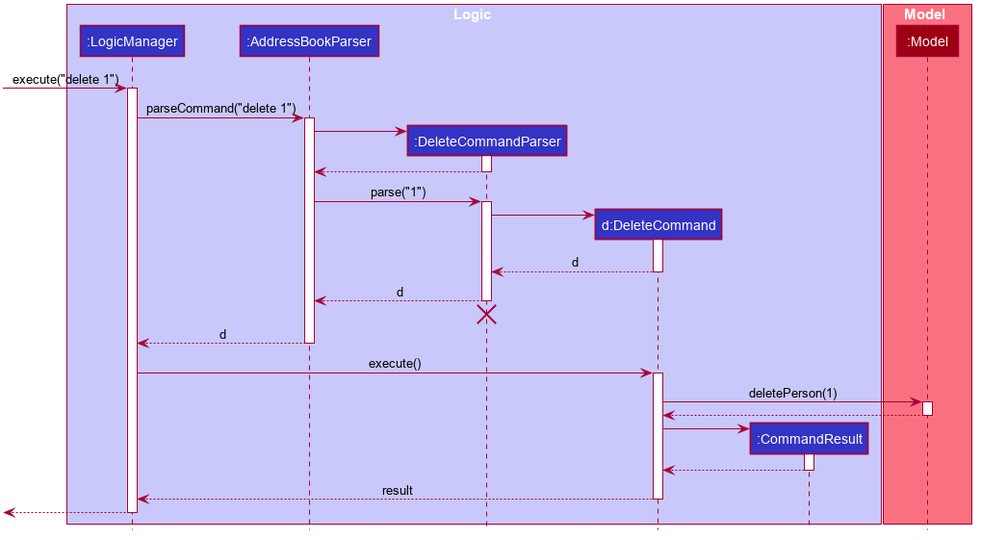
Above: docs/images/DeleteSequenceDiagram.png in nus-cs2103-AY1920S2/addressbook-level3 (PlantUML), before the change.
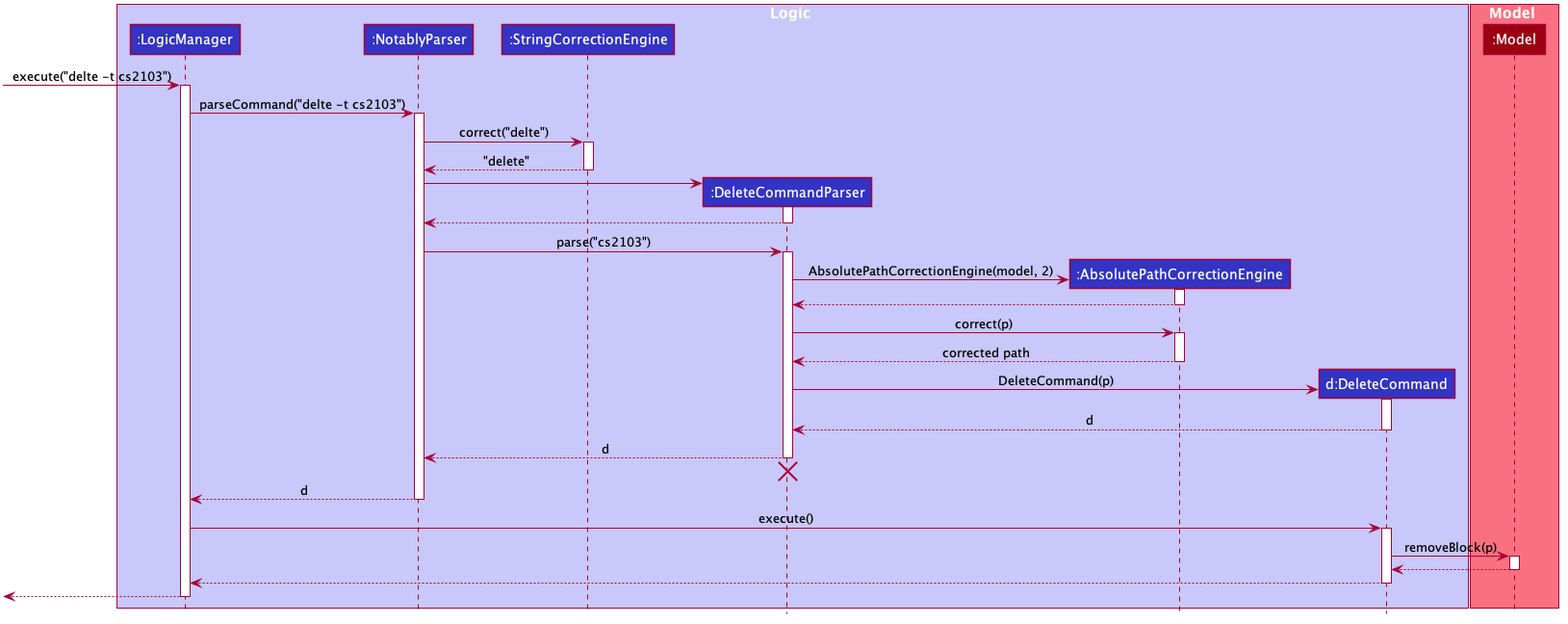
The same diagram one commit later.

Diff of the diagram source:
```diff
@@ -50,64 +50,76 @@
 
 box Logic #C8C8FA
 participant ":LogicManager" as LogicManager #3333C4
-participant ":AddressBookParser" as AddressBookParser #3333C4
+participant ":NotablyParser" as NotablyParser #3333C4
+participant ":StringCorrectionEngine" as StringCorrectionEngine #3333C4
 participant ":DeleteCommandParser" as DeleteCommandParser #3333C4
+participant ":AbsolutePathCorrectionEngine" as AbsolutePathCorrectionEngine #3333C4
 participant "d:DeleteCommand" as DeleteCommand #3333C4
-participant ":CommandResult" as CommandResult #3333C4
 end box
 
 box Model #F97181
 participant ":Model" as Model #9D0012
 end box
 
-[-> LogicManager : execute("delete 1")
+[-> LogicManager : execute("delte -t cs2103")
 activate LogicManager
 
-LogicManager -> AddressBookParser : parseCommand("delete 1")
-activate AddressBookParser
+LogicManager -> NotablyParser : parseCommand("delte -t cs2103")
+activate NotablyParser
+
+NotablyParser -> StringCorrectionEngine : correct("delte")
+activate StringCorrectionEngine
+
+StringCorrectionEngine --> NotablyParser : "delete"
+deactivate StringCorrectionEngine
 
 create DeleteCommandParser
-AddressBookParser -> DeleteCommandParser
+NotablyParser -> DeleteCommandParser
 activate DeleteCommandParser
 
-DeleteCommandParser --> AddressBookParser
+DeleteCommandParser --> NotablyParser
 deactivate DeleteCommandParser
 
-AddressBookParser -> DeleteCommandParser : parse("1")
+NotablyParser -> DeleteCommandParser : parse("cs2103")
 activate DeleteCommandParser
 
+create AbsolutePathCorrectionEngine
+DeleteCommandParser -> AbsolutePathCorrectionEngine: AbsolutePathCorrectionEngine(model, 2)
+activate AbsolutePathCorrectionEngine
+AbsolutePathCorrectionEngine --> DeleteCommandParser
+deactivate AbsolutePathCorrectionEngine
+
+DeleteCommandParser -> AbsolutePathCorrectionEngine: correct(p)
+activate AbsolutePathCorrectionEngine
+
+AbsolutePathCorrectionEngine --> DeleteCommandParser : corrected path
+deactivate AbsolutePathCorrectionEngine
+
 create DeleteCommand
-DeleteCommandParser -> DeleteCommand
+DeleteCommandParser -> DeleteCommand : DeleteCommand(p)
 activate DeleteCommand
 
 DeleteCommand --> DeleteCommandParser : d
 deactivate DeleteCommand
 
-DeleteCommandParser --> AddressBookParser : d
+DeleteCommandParser --> NotablyParser : d
 deactivate DeleteCommandParser
-DeleteCommandParser -[hidden]-> AddressBookParser
+DeleteCommandParser -[hidden]-> NotablyParser
 destroy DeleteCommandParser
 
-AddressBookParser --> LogicManager : d
-deactivate AddressBookParser
+NotablyParser --> LogicManager : d
+deactivate NotablyParser
 
 LogicManager -> DeleteCommand : execute()
 activate DeleteCommand
 
-DeleteCommand -> Model : deletePerson(1)
+DeleteCommand -> Model : removeBlock(p)
 activate Model
 
 Model --> DeleteCommand
 deactivate Model
 
-create CommandResult
-DeleteCommand -> CommandResult
-activate CommandResult
-
-CommandResult --> DeleteCommand
-deactivate CommandResult
-
-DeleteCommand --> LogicManager : result
+DeleteCommand --> LogicManager
 deactivate DeleteCommand
 
 [<--LogicManager
```
